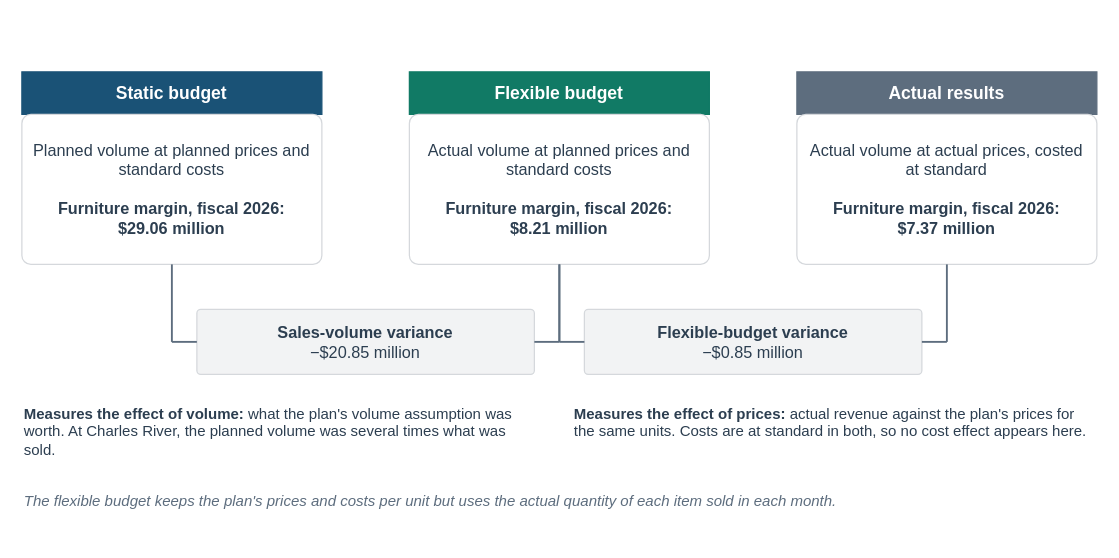
mmcodesso/Accounting_Analytics_Book keeps this draw.io diagram as visuals/src/fig-07-04-flexible-budget-levels.drawio. Above is the earlier version. Source tidied: cells renumbered, new cells numbered last; positions are measured from the earlier drawing's top-left corner, leaving out a move shared by most shapes. Both pictures are drawn from the tidied source at 125%, with x=0, y=0 at pixel (21, 21).
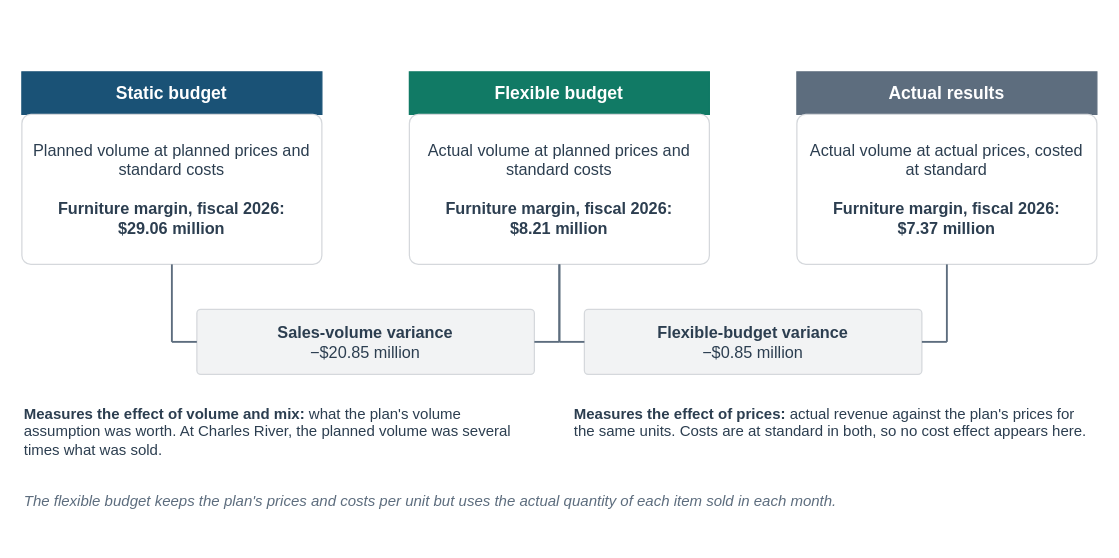
The same page after the edit.

Diff of the diagram source:
```diff
@@
-    <mxCell id="19" value="&lt;b&gt;Measures the effect of volume:&lt;/b&gt; what the plan's volume assumption was worth. At Charles River, the planned volume was several times what was sold." style="text;html=1;whiteSpace=wrap;align=left;verticalAlign=top;fontSize=12;fontColor=#2C3E50;fontStyle=0;fontFamily=Helvetica;spacing=2;fillColor=none;strokeColor=none;" parent="1" vertex="1">
+    <mxCell id="19" value="&lt;b&gt;Measures the effect of volume and mix:&lt;/b&gt; what the plan's volume assumption was worth. At Charles River, the planned volume was several times what was sold." style="text;html=1;whiteSpace=wrap;align=left;verticalAlign=top;fontSize=12;fontColor=#2C3E50;fontStyle=0;fontFamily=Helvetica;spacing=2;fillColor=none;strokeColor=none;" parent="1" vertex="1">
       <mxGeometry y="300" width="400" height="60" as="geometry" />
     </mxCell>
```
